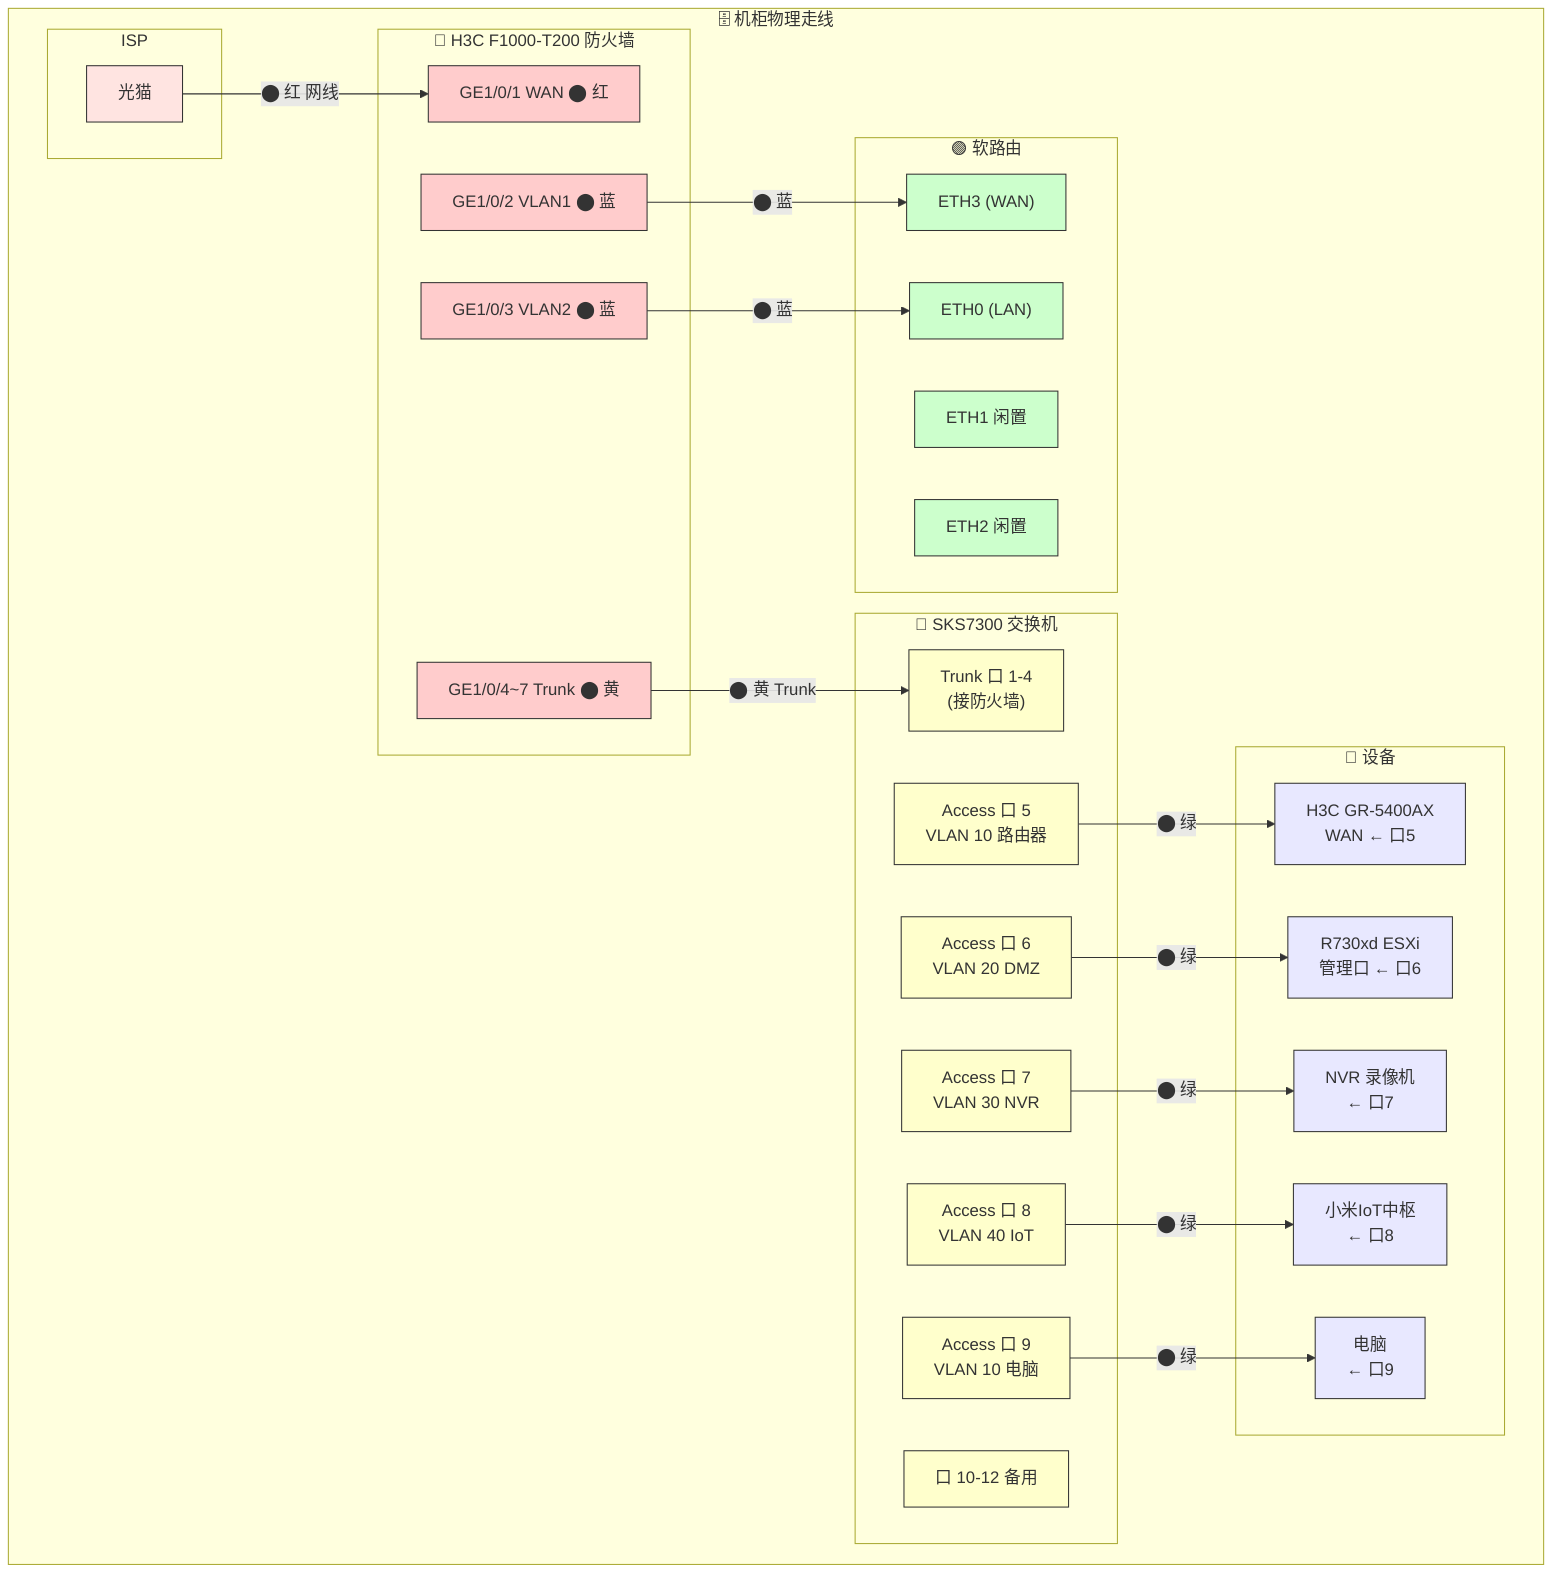
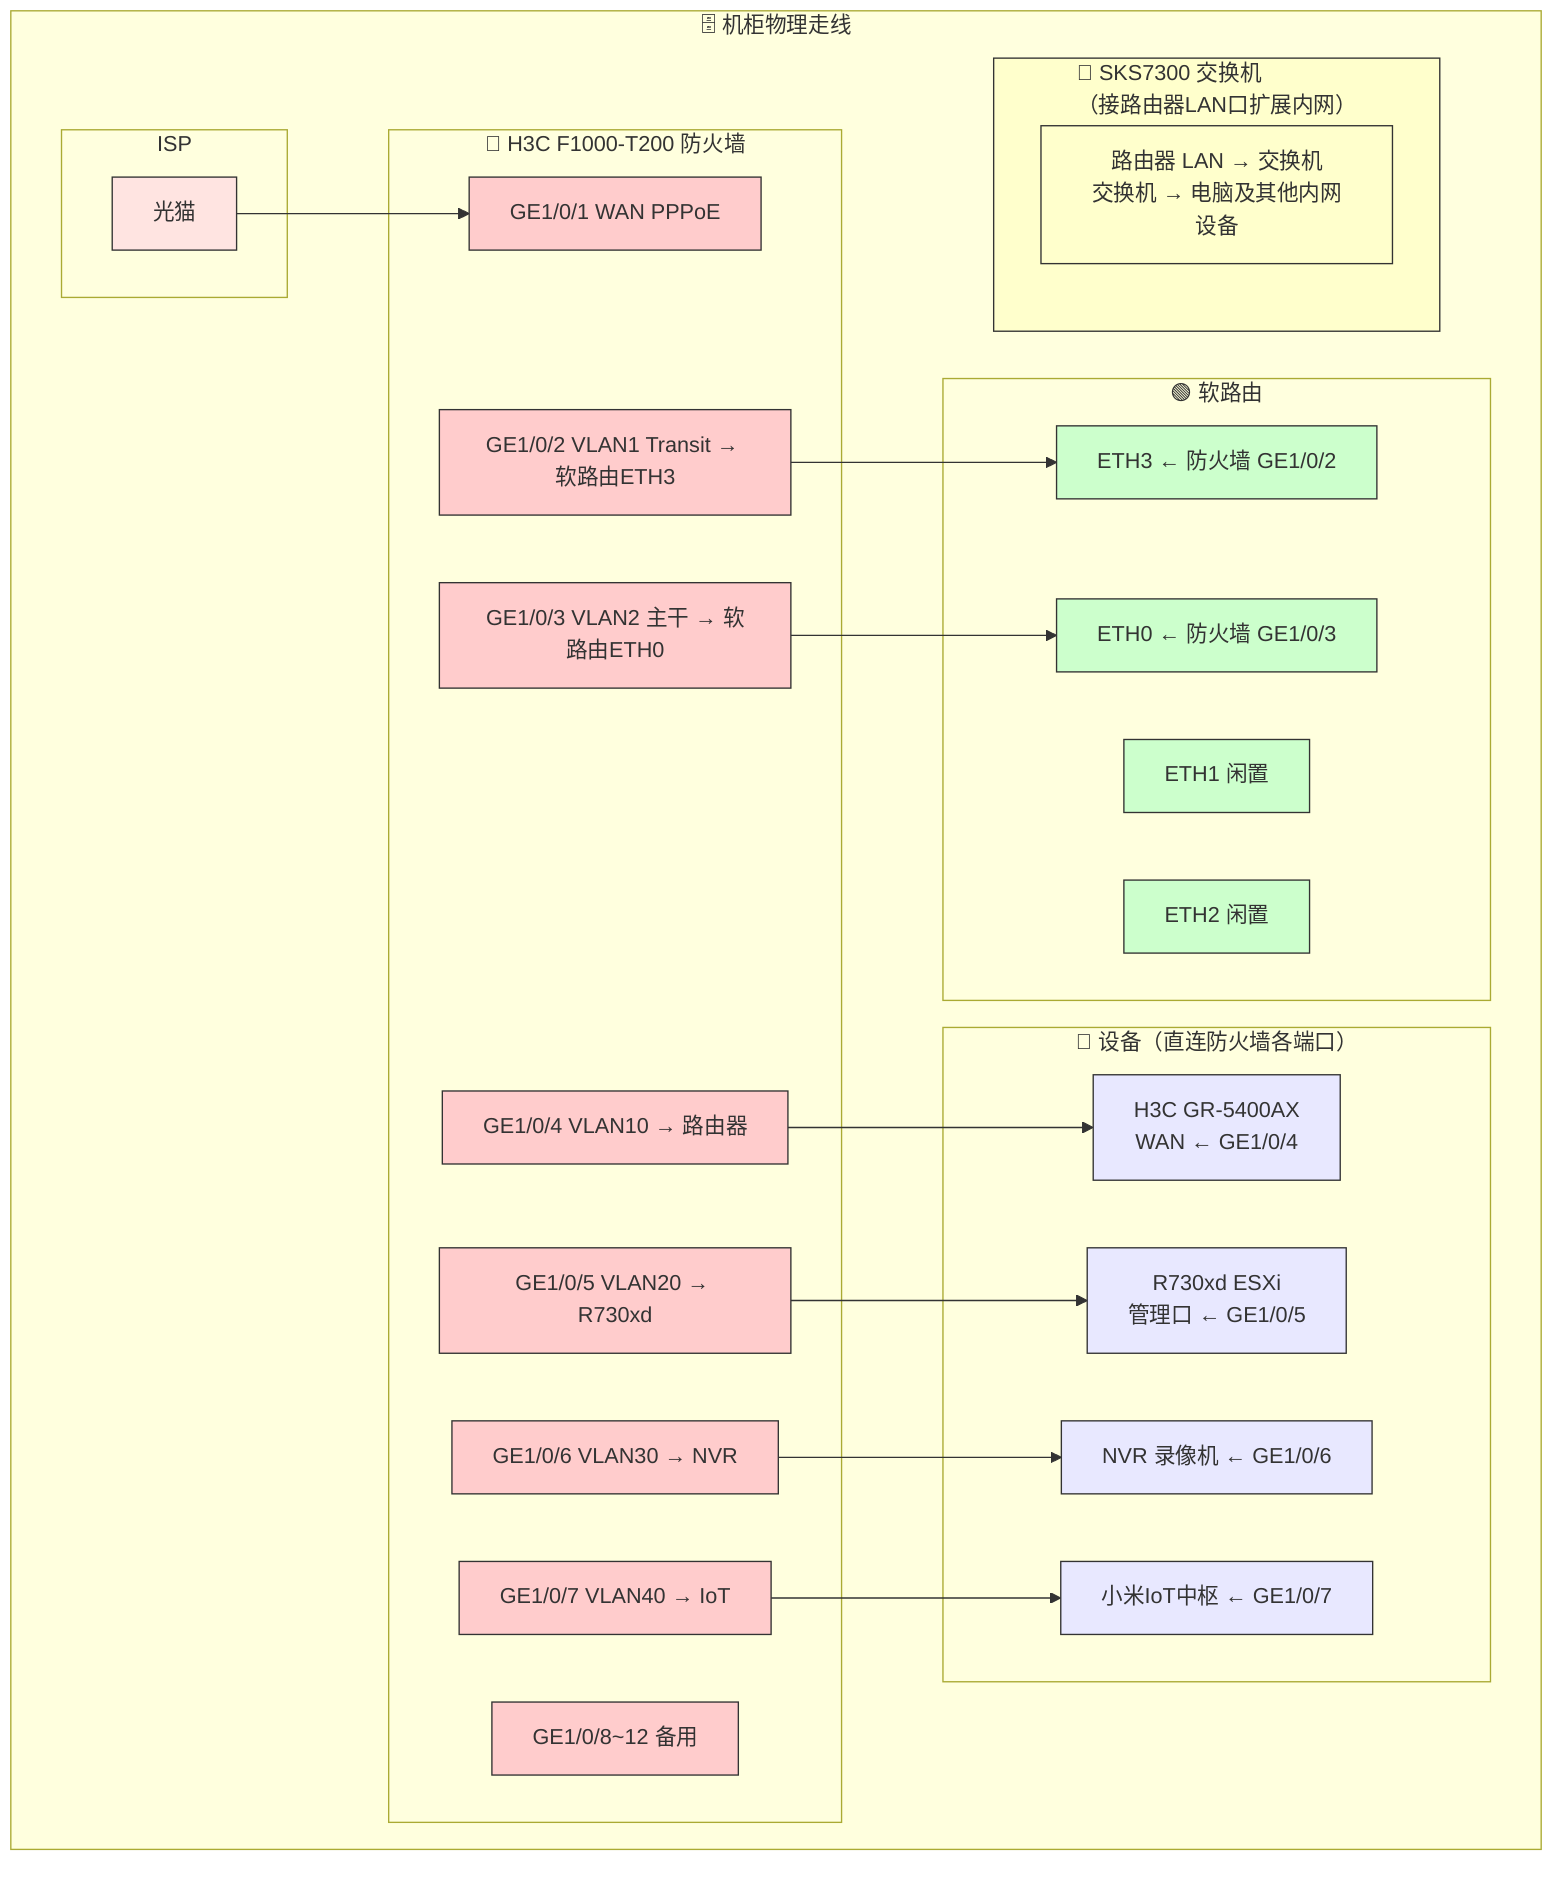
graph TB
    subgraph RACK["🗄️ 机柜物理走线"]
        subgraph ISP_SECTION["ISP"]
            ONT["光猫"]
        end

        subgraph FW_SECTION["🔴 H3C F1000-T200 防火墙"]
-             FW_P1["GE1/0/1 WAN ⬤ 红"]
-             FW_P2["GE1/0/2 VLAN1 ⬤ 蓝"]
-             FW_P3["GE1/0/3 VLAN2 ⬤ 蓝"]
-             FW_P4["GE1/0/4~7 Trunk ⬤ 黄"]
+             FW_P1["GE1/0/1 WAN PPPoE"]
+             FW_P2["GE1/0/2 VLAN1 Transit → 软路由ETH3"]
+             FW_P3["GE1/0/3 VLAN2 主干 → 软路由ETH0"]
+             FW_P4["GE1/0/4 VLAN10 → 路由器"]
+             FW_P5["GE1/0/5 VLAN20 → R730xd"]
+             FW_P6["GE1/0/6 VLAN30 → NVR"]
+             FW_P7["GE1/0/7 VLAN40 → IoT"]
+             FW_P8["GE1/0/8~12 备用"]
        end

        subgraph SR_SECTION["🟢 软路由"]
-             SR_ETH3["ETH3 (WAN)"]
-             SR_ETH0["ETH0 (LAN)"]
+             SR_ETH3["ETH3 ← 防火墙 GE1/0/2"]
+             SR_ETH0["ETH0 ← 防火墙 GE1/0/3"]
            SR_ETH1["ETH1 闲置"]
            SR_ETH2["ETH2 闲置"]
        end

-         subgraph SW_SECTION["🔀 SKS7300 交换机"]
-             SW_TRUNK["Trunk 口 1-4<br/>(接防火墙)"]
-             SW_ACC1["Access 口 5<br/>VLAN 10 路由器"]
-             SW_ACC2["Access 口 6<br/>VLAN 20 DMZ"]
-             SW_ACC3["Access 口 7<br/>VLAN 30 NVR"]
-             SW_ACC4["Access 口 8<br/>VLAN 40 IoT"]
-             SW_ACC5["Access 口 9<br/>VLAN 10 电脑"]
-             SW_SPARE["口 10-12 备用"]
+         subgraph DEV_SECTION["📡 设备（直连防火墙各端口）"]
+             ROUTER["H3C GR-5400AX<br/>WAN ← GE1/0/4"]
+             R730XD["R730xd ESXi<br/>管理口 ← GE1/0/5"]
+             NVR["NVR 录像机 ← GE1/0/6"]
+             IOT["小米IoT中枢 ← GE1/0/7"]
        end

-         subgraph DEV_SECTION["📡 设备"]
-             ROUTER["H3C GR-5400AX<br/>WAN ← 口5"]
-             R730XD["R730xd ESXi<br/>管理口 ← 口6"]
-             NVR["NVR 录像机<br/>← 口7"]
-             IOT["小米IoT中枢<br/>← 口8"]
-             PC["电脑<br/>← 口9"]
+         subgraph SW_SECTION["🔀 SKS7300 交换机<br/>（接路由器LAN口扩展内网）"]
+             SW_DESC["路由器 LAN → 交换机<br/>交换机 → 电脑及其他内网设备"]
        end
    end

-     ONT -->|"⬤ 红 网线"| FW_P1
-     FW_P2 -->|"⬤ 蓝"| SR_ETH3
-     FW_P3 -->|"⬤ 蓝"| SR_ETH0
-     FW_P4 -->|"⬤ 黄 Trunk"| SW_TRUNK
-     SW_ACC1 -->|"⬤ 绿"| ROUTER
-     SW_ACC2 -->|"⬤ 绿"| R730XD
-     SW_ACC3 -->|"⬤ 绿"| NVR
-     SW_ACC4 -->|"⬤ 绿"| IOT
-     SW_ACC5 -->|"⬤ 绿"| PC
+     ONT --> FW_P1
+     FW_P2 --> SR_ETH3
+     FW_P3 --> SR_ETH0
+     FW_P4 --> ROUTER
+     FW_P5 --> R730XD
+     FW_P6 --> NVR
+     FW_P7 --> IOT

    classDef isp fill:#FFE4E1,stroke:#333
    classDef fw fill:#FFCCCC,stroke:#333
    classDef sr fill:#CCFFCC,stroke:#333
+     classDef dev fill:#E8E8FF,stroke:#333
    classDef sw fill:#FFFFCC,stroke:#333
-     classDef dev fill:#E8E8FF,stroke:#333
-     classDef idle fill:#F5F5F5,stroke:#999,stroke-dasharray:5 5

    class ONT isp
-     class FW_P1,FW_P2,FW_P3,FW_P4 fw
+     class FW_P1,FW_P2,FW_P3,FW_P4,FW_P5,FW_P6,FW_P7,FW_P8 fw
    class SR_ETH3,SR_ETH0,SR_ETH1,SR_ETH2 sr
-     class SW_TRUNK,SW_ACC1,SW_ACC2,SW_ACC3,SW_ACC4,SW_ACC5,SW_SPARE sw
-     class ROUTER,R730XD,NVR,IOT,PC dev+     class ROUTER,R730XD,NVR,IOT dev
+     class SW_SECTION,SW_DESC sw